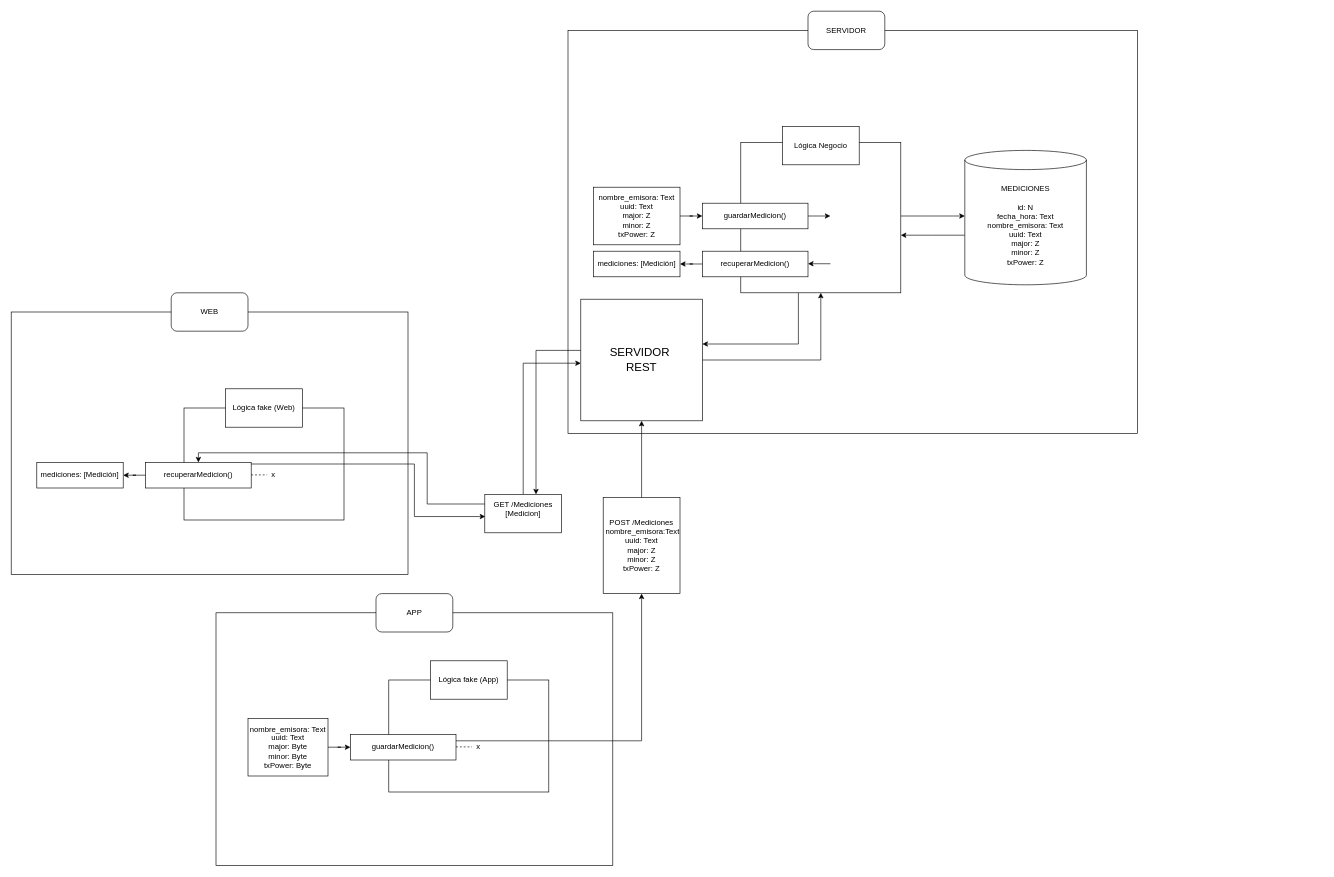
Before: doc/diagrams/DIseño_BBDD/Conexiones.drawio in mmarvid1/Proyecto_Sprint_0, a draw.io diagram. Source tidied: cells renumbered, new cells numbered last; positions are measured from the earlier drawing's top-left corner, leaving out a move shared by most shapes. Both pictures are drawn from the tidied source at 64%, with x=0, y=0 at pixel (11, 11).
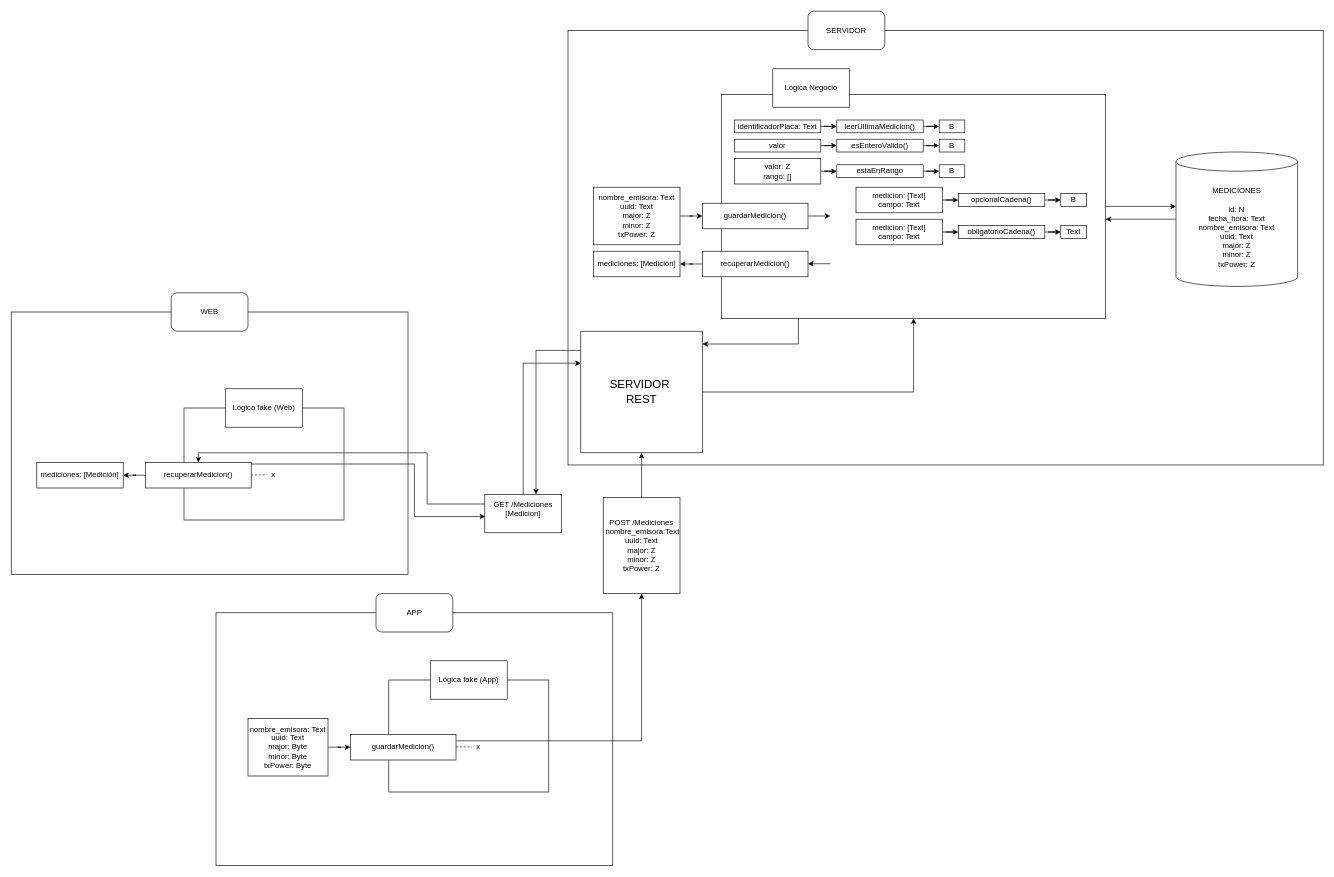
The same page after the edit.

Commit message (it also covers changes not shown here):
Acutalizar diseño

The edit, as a diff of the source:
```diff
@@
     <mxCell id="2" style="rounded=0;whiteSpace=wrap;html=1;" parent="1" vertex="1">
-      <mxGeometry x="870" y="30" width="890" height="630" as="geometry" />
+      <mxGeometry x="870" y="30" width="1180" height="679" as="geometry" />
     </mxCell>
@@
     <mxCell id="4" value="MEDICIONES&lt;div&gt;&lt;br&gt;&lt;/div&gt;&lt;div&gt;id: N&lt;/div&gt;&lt;div&gt;fecha_hora: Text&lt;/div&gt;&lt;div&gt;nombre_emisora: Text&lt;/div&gt;&lt;div&gt;uuid: Text&lt;/div&gt;&lt;div&gt;major: Z&lt;/div&gt;&lt;div&gt;minor: Z&lt;/div&gt;&lt;div&gt;txPower: Z&lt;/div&gt;" style="shape=cylinder3;whiteSpace=wrap;html=1;boundedLbl=1;backgroundOutline=1;size=15;" parent="1" vertex="1">
-      <mxGeometry x="1490" y="217.5" width="190" height="210" as="geometry" />
+      <mxGeometry x="1820" y="220" width="190" height="210" as="geometry" />
     </mxCell>
@@
     <mxCell id="7" style="rounded=0;whiteSpace=wrap;html=1;" parent="1" vertex="1">
-      <mxGeometry x="1140" y="205" width="250" height="235" as="geometry" />
+      <mxGeometry x="1110" y="130" width="600" height="350" as="geometry" />
     </mxCell>
     <mxCell id="8" value="Lógica Negocio" style="rounded=0;whiteSpace=wrap;html=1;" parent="1" vertex="1">
-      <mxGeometry x="1205" y="180" width="120" height="60" as="geometry" />
+      <mxGeometry x="1190" y="90" width="120" height="60" as="geometry" />
     </mxCell>
@@
     <mxCell id="40" value="&lt;font style=&quot;font-size: 18px;&quot;&gt;SERVIDOR&amp;nbsp;&lt;/font&gt;&lt;div&gt;&lt;font style=&quot;font-size: 18px;&quot;&gt;REST&lt;/font&gt;&lt;/div&gt;" style="whiteSpace=wrap;html=1;" parent="1" vertex="1">
-      <mxGeometry x="890" y="450" width="190" height="190" as="geometry" />
+      <mxGeometry x="890" y="500" width="190" height="190" as="geometry" />
     </mxCell>
@@
+    <mxCell id="46" style="edgeStyle=orthogonalEdgeStyle;rounded=0;jettySize=auto;html=1;" parent="1" edge="1" source="47" target="58">
+      <mxGeometry relative="1" as="geometry" />
+    </mxCell>
+    <mxCell id="47" value="leerUltimaMedicion()" style="rounded=0;whiteSpace=wrap;html=1;" parent="1" vertex="1">
+      <mxGeometry x="1290" y="170" width="135" height="20" as="geometry" />
+    </mxCell>
+    <mxCell id="48" style="edgeStyle=orthogonalEdgeStyle;rounded=0;jettySize=auto;html=1;" parent="1" edge="1" source="49" target="47">
+      <mxGeometry relative="1" as="geometry" />
+    </mxCell>
+    <mxCell id="49" value="identificadorPlaca: Text" style="rounded=0;whiteSpace=wrap;html=1;" parent="1" vertex="1">
+      <mxGeometry x="1130" y="170" width="135" height="20" as="geometry" />
+    </mxCell>
+    <mxCell id="50" style="edgeStyle=orthogonalEdgeStyle;rounded=0;jettySize=auto;html=1;" parent="1" edge="1" source="51" target="53">
+      <mxGeometry relative="1" as="geometry" />
+    </mxCell>
+    <mxCell id="51" value="valor" style="rounded=0;whiteSpace=wrap;html=1;" parent="1" vertex="1">
+      <mxGeometry x="1130" y="200" width="135" height="20" as="geometry" />
+    </mxCell>
+    <mxCell id="52" style="edgeStyle=orthogonalEdgeStyle;rounded=0;jettySize=auto;html=1;" parent="1" edge="1" source="53" target="59">
+      <mxGeometry relative="1" as="geometry" />
+    </mxCell>
+    <mxCell id="53" value="esEnteroValido()" style="rounded=0;whiteSpace=wrap;html=1;" parent="1" vertex="1">
+      <mxGeometry x="1290" y="200" width="135" height="20" as="geometry" />
+    </mxCell>
+    <mxCell id="54" style="edgeStyle=orthogonalEdgeStyle;rounded=0;jettySize=auto;html=1;" parent="1" edge="1" source="55" target="60">
+      <mxGeometry relative="1" as="geometry" />
+    </mxCell>
+    <mxCell id="55" value="estaEnRango" style="rounded=0;whiteSpace=wrap;html=1;" parent="1" vertex="1">
+      <mxGeometry x="1290" y="240" width="135" height="20" as="geometry" />
+    </mxCell>
+    <mxCell id="56" style="edgeStyle=orthogonalEdgeStyle;rounded=0;jettySize=auto;html=1;" parent="1" edge="1" source="57" target="55">
+      <mxGeometry relative="1" as="geometry" />
+    </mxCell>
+    <mxCell id="57" value="valor: Z&lt;div&gt;rango: []&lt;/div&gt;" style="rounded=0;whiteSpace=wrap;html=1;" parent="1" vertex="1">
+      <mxGeometry x="1130" y="230" width="135" height="40" as="geometry" />
+    </mxCell>
+    <mxCell id="58" value="B" style="rounded=0;whiteSpace=wrap;html=1;" parent="1" vertex="1">
+      <mxGeometry x="1450" y="170" width="40" height="20" as="geometry" />
+    </mxCell>
+    <mxCell id="59" value="B" style="rounded=0;whiteSpace=wrap;html=1;" parent="1" vertex="1">
+      <mxGeometry x="1450" y="200" width="40" height="20" as="geometry" />
+    </mxCell>
+    <mxCell id="60" value="B" style="rounded=0;whiteSpace=wrap;html=1;" parent="1" vertex="1">
+      <mxGeometry x="1450" y="240" width="40" height="20" as="geometry" />
+    </mxCell>
+    <mxCell id="61" style="edgeStyle=orthogonalEdgeStyle;rounded=0;jettySize=auto;html=1;" parent="1" edge="1" source="62" target="65">
+      <mxGeometry relative="1" as="geometry" />
+    </mxCell>
+    <mxCell id="62" value="opcionalCadena()" style="rounded=0;whiteSpace=wrap;html=1;" parent="1" vertex="1">
+      <mxGeometry x="1480" y="285" width="135" height="20" as="geometry" />
+    </mxCell>
+    <mxCell id="63" style="edgeStyle=orthogonalEdgeStyle;rounded=0;jettySize=auto;html=1;" parent="1" edge="1" source="64" target="62">
+      <mxGeometry relative="1" as="geometry" />
+    </mxCell>
+    <mxCell id="64" value="&lt;div&gt;medicion: [Text]&lt;/div&gt;&lt;div&gt;campo: Text&lt;/div&gt;" style="rounded=0;whiteSpace=wrap;html=1;" parent="1" vertex="1">
+      <mxGeometry x="1320" y="275" width="135" height="40" as="geometry" />
+    </mxCell>
+    <mxCell id="65" value="B" style="rounded=0;whiteSpace=wrap;html=1;" parent="1" vertex="1">
+      <mxGeometry x="1640" y="285" width="40" height="20" as="geometry" />
+    </mxCell>
+    <mxCell id="66" style="edgeStyle=orthogonalEdgeStyle;rounded=0;jettySize=auto;html=1;" parent="1" edge="1" source="67" target="70">
+      <mxGeometry relative="1" as="geometry" />
+    </mxCell>
+    <mxCell id="67" value="obligatorioCadena()" style="rounded=0;whiteSpace=wrap;html=1;" parent="1" vertex="1">
+      <mxGeometry x="1480" y="335" width="135" height="20" as="geometry" />
+    </mxCell>
+    <mxCell id="68" style="edgeStyle=orthogonalEdgeStyle;rounded=0;jettySize=auto;html=1;" parent="1" edge="1" source="69" target="67">
+      <mxGeometry relative="1" as="geometry" />
+    </mxCell>
+    <mxCell id="69" value="&lt;div&gt;medicion: [Text]&lt;/div&gt;&lt;div&gt;campo: Text&lt;/div&gt;" style="rounded=0;whiteSpace=wrap;html=1;" parent="1" vertex="1">
+      <mxGeometry x="1320" y="325" width="135" height="40" as="geometry" />
+    </mxCell>
+    <mxCell id="70" value="Text" style="rounded=0;whiteSpace=wrap;html=1;" parent="1" vertex="1">
+      <mxGeometry x="1640" y="335" width="40" height="20" as="geometry" />
+    </mxCell>
```
